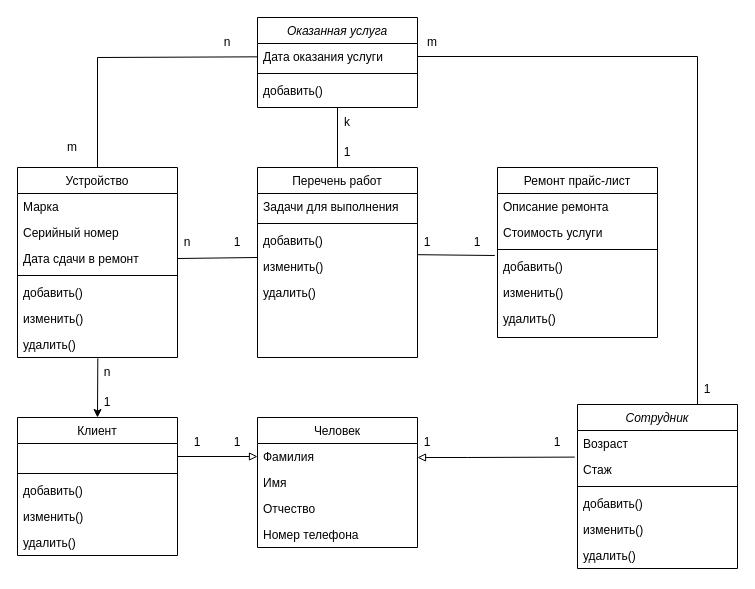
This is lb3.drawio from plkkz/ppo-3k-lb, a draw.io file, before an edit. Source tidied: cells renumbered, new cells numbered last; positions are measured from the earlier drawing's top-left corner, leaving out a move shared by most shapes. Both pictures are drawn from the tidied source at 100%, with x=0, y=0 at pixel (17, 17).
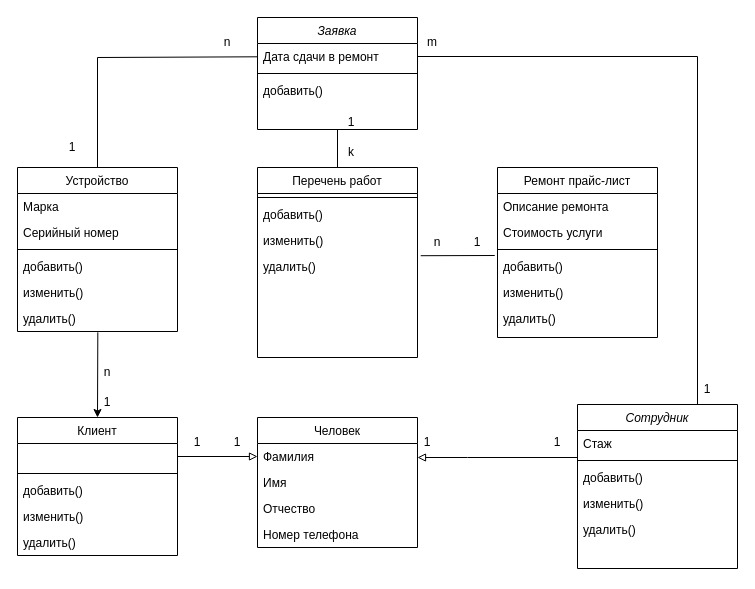
The same diagram, later.

The change refers to these unchanged cells:
```xml
<mxCell id="2" value="Сотрудник" style="swimlane;fontStyle=2;align=center;verticalAlign=top;horizontal=1;startSize=26;rounded=0;shadow=0;strokeWidth=1;" parent="1" vertex="1">
  <mxGeometry x="560" y="387" width="160" height="164" as="geometry" />
</mxCell>
<mxCell id="32" value="добавить()" style="text;align=left;verticalAlign=top;spacingLeft=4;spacingRight=4;overflow=hidden;points=[[0,0.5],[1,0.5]];portConstraint=eastwest;" parent="28" vertex="1">
  <mxGeometry y="86" width="160" height="26" as="geometry" />
</mxCell>
<mxCell id="49" value="1" style="text;html=1;strokeColor=none;fillColor=none;align=center;verticalAlign=middle;whiteSpace=wrap;rounded=0;" parent="1" vertex="1">
  <mxGeometry x="520" y="410" width="40" height="30" as="geometry" />
</mxCell>
<mxCell id="55" value="Перечень работ" style="swimlane;fontStyle=0;align=center;verticalAlign=top;horizontal=1;startSize=26;rounded=0;shadow=0;strokeWidth=1;" parent="1" vertex="1">
  <mxGeometry x="240" y="150" width="160" height="190" as="geometry" />
</mxCell>
```

The edit, as a diff of the source:
```diff
@@
-    <mxCell id="3" value="Возраст" style="text;align=left;verticalAlign=top;spacingLeft=4;spacingRight=4;overflow=hidden;rounded=0;shadow=0;html=0;" parent="2" vertex="1">
-      <mxGeometry y="26" width="160" height="26" as="geometry" />
-    </mxCell>
     <mxCell id="4" value="Стаж" style="text;align=left;verticalAlign=top;spacingLeft=4;spacingRight=4;overflow=hidden;points=[[0,0.5],[1,0.5]];portConstraint=eastwest;rounded=0;shadow=0;html=0;" parent="2" vertex="1">
-      <mxGeometry y="52" width="160" height="26" as="geometry" />
+      <mxGeometry y="26" width="160" height="26" as="geometry" />
     </mxCell>
     <mxCell id="5" style="line;html=1;strokeWidth=1;align=left;verticalAlign=middle;spacingTop=-1;spacingLeft=3;spacingRight=3;labelPosition=right;" parent="2" vertex="1">
-      <mxGeometry y="78" width="160" height="8" as="geometry" />
+      <mxGeometry y="52" width="160" height="8" as="geometry" />
     </mxCell>
     <mxCell id="6" value="добавить()&#10;" style="text;align=left;verticalAlign=top;spacingLeft=4;spacingRight=4;overflow=hidden;" parent="2" vertex="1">
-      <mxGeometry y="86" width="160" height="26" as="geometry" />
+      <mxGeometry y="60" width="160" height="26" as="geometry" />
     </mxCell>
     <mxCell id="7" value="изменить()" style="text;align=left;verticalAlign=top;spacingLeft=4;spacingRight=4;overflow=hidden;" parent="2" vertex="1">
-      <mxGeometry y="112" width="160" height="26" as="geometry" />
+      <mxGeometry y="86" width="160" height="26" as="geometry" />
     </mxCell>
     <mxCell id="8" value="удалить()" style="text;align=left;verticalAlign=top;spacingLeft=4;spacingRight=4;overflow=hidden;" parent="2" vertex="1">
-      <mxGeometry y="138" width="160" height="26" as="geometry" />
+      <mxGeometry y="112" width="160" height="26" as="geometry" />
     </mxCell>
@@
     <mxCell id="20" value="Устройство" style="swimlane;fontStyle=0;align=center;verticalAlign=top;horizontal=1;startSize=26;rounded=0;shadow=0;strokeWidth=1;" parent="1" vertex="1">
-      <mxGeometry y="150" width="160" height="190" as="geometry" />
+      <mxGeometry y="150" width="160" height="164" as="geometry" />
     </mxCell>
@@
-    <mxCell id="23" value="Дата сдачи в ремонт" style="text;align=left;verticalAlign=top;spacingLeft=4;spacingRight=4;overflow=hidden;points=[[0,0.5],[1,0.5]];portConstraint=eastwest;rounded=0;shadow=0;html=0;" parent="20" vertex="1">
-      <mxGeometry y="78" width="160" height="26" as="geometry" />
-    </mxCell>
     <mxCell id="24" style="line;html=1;strokeWidth=1;align=left;verticalAlign=middle;spacingTop=-1;spacingLeft=3;spacingRight=3;labelPosition=right;" parent="20" vertex="1">
-      <mxGeometry y="104" width="160" height="8" as="geometry" />
+      <mxGeometry y="78" width="160" height="8" as="geometry" />
     </mxCell>
     <mxCell id="25" value="добавить()" style="text;align=left;verticalAlign=top;spacingLeft=4;spacingRight=4;overflow=hidden;" parent="20" vertex="1">
-      <mxGeometry y="112" width="160" height="26" as="geometry" />
+      <mxGeometry y="86" width="160" height="26" as="geometry" />
     </mxCell>
     <mxCell id="26" value="изменить()" style="text;align=left;verticalAlign=top;spacingLeft=4;spacingRight=4;overflow=hidden;" parent="20" vertex="1">
-      <mxGeometry y="138" width="160" height="26" as="geometry" />
+      <mxGeometry y="112" width="160" height="26" as="geometry" />
     </mxCell>
     <mxCell id="27" value="удалить()" style="text;align=left;verticalAlign=top;spacingLeft=4;spacingRight=4;overflow=hidden;points=[[0,0.5],[1,0.5]];portConstraint=eastwest;" parent="20" vertex="1">
-      <mxGeometry y="164" width="160" height="26" as="geometry" />
+      <mxGeometry y="138" width="160" height="26" as="geometry" />
     </mxCell>
@@
-    <mxCell id="35" value="Оказанная услуга" style="swimlane;fontStyle=2;align=center;verticalAlign=top;horizontal=1;startSize=26;rounded=0;shadow=0;strokeWidth=1;" parent="1" vertex="1">
-      <mxGeometry x="240" width="160" height="90" as="geometry" />
+    <mxCell id="35" value="Заявка" style="swimlane;fontStyle=2;align=center;verticalAlign=top;horizontal=1;startSize=26;rounded=0;shadow=0;strokeWidth=1;" parent="1" vertex="1">
+      <mxGeometry x="240" width="160" height="112" as="geometry" />
     </mxCell>
-    <mxCell id="36" value="Дата оказания услуги" style="text;align=left;verticalAlign=top;spacingLeft=4;spacingRight=4;overflow=hidden;points=[[0,0.5],[1,0.5]];portConstraint=eastwest;rounded=0;shadow=0;html=0;" parent="35" vertex="1">
-      <mxGeometry y="26" width="160" height="26" as="geometry" />
-    </mxCell>
+    <mxCell id="23" value="Дата сдачи в ремонт" style="text;align=left;verticalAlign=top;spacingLeft=4;spacingRight=4;overflow=hidden;points=[[0,0.5],[1,0.5]];portConstraint=eastwest;rounded=0;shadow=0;html=0;" parent="35" vertex="1">
+      <mxGeometry y="26" width="160" height="26" as="geometry" />
+    </mxCell>
@@
-    <mxCell id="39" style="endArrow=none;html=1;rounded=0;entryX=0.5;entryY=0;entryDx=0;entryDy=0;" parent="1" edge="1" source="36" target="20">
+    <mxCell id="39" style="endArrow=none;html=1;rounded=0;entryX=0.5;entryY=0;entryDx=0;entryDy=0;" parent="1" edge="1" target="20">
       <mxGeometry relative="1" as="geometry">
+        <mxPoint x="240" y="39.3" as="sourcePoint" />
         <Array as="points">
           <mxPoint x="80" y="40" />
         </Array>
       </mxGeometry>
     </mxCell>
@@
     <mxCell id="42" value="k" style="text;html=1;strokeColor=none;fillColor=none;align=center;verticalAlign=middle;whiteSpace=wrap;rounded=0;" parent="1" vertex="1">
-      <mxGeometry x="300" y="90" width="60" height="30" as="geometry" />
+      <mxGeometry x="304" y="120" width="60" height="30" as="geometry" />
     </mxCell>
-    <mxCell id="43" value="m" style="text;html=1;strokeColor=none;fillColor=none;align=center;verticalAlign=middle;whiteSpace=wrap;rounded=0;" parent="1" vertex="1">
+    <mxCell id="43" value="1" style="text;html=1;strokeColor=none;fillColor=none;align=center;verticalAlign=middle;whiteSpace=wrap;rounded=0;" parent="1" vertex="1">
       <mxGeometry x="40" y="120" width="30" height="20" as="geometry" />
     </mxCell>
@@
-    <mxCell id="45" value="1" style="text;html=1;strokeColor=none;fillColor=none;align=center;verticalAlign=middle;whiteSpace=wrap;rounded=0;" parent="1" vertex="1">
-      <mxGeometry x="200" y="210" width="40" height="30" as="geometry" />
-    </mxCell>
     <mxCell id="46" value="1" style="text;html=1;strokeColor=none;fillColor=none;align=center;verticalAlign=middle;whiteSpace=wrap;rounded=0;" parent="1" vertex="1">
-      <mxGeometry x="310" y="120" width="40" height="30" as="geometry" />
+      <mxGeometry x="314" y="90" width="40" height="30" as="geometry" />
     </mxCell>
@@
-    <mxCell id="53" style="edgeStyle=none;jettySize=auto;html=1;rounded=0;endArrow=block;endFill=0;exitX=-0.017;exitY=0.023;exitDx=0;exitDy=0;entryX=1;entryY=0.5;entryDx=0;entryDy=0;exitPerimeter=0;" parent="1" edge="1" source="4">
+    <mxCell id="53" style="edgeStyle=none;jettySize=auto;html=1;rounded=0;endArrow=block;endFill=0;exitX=1;exitY=1;exitDx=0;exitDy=0;entryX=1;entryY=0.5;entryDx=0;entryDy=0;" parent="1" edge="1" source="49">
       <mxGeometry relative="1" as="geometry">
         <mxPoint x="400" y="440" as="targetPoint" />
         <Array as="points">
           <mxPoint x="450" y="440" />
         </Array>
       </mxGeometry>
     </mxCell>
@@
-    <mxCell id="56" value="Задачи для выполнения" style="text;align=left;verticalAlign=top;spacingLeft=4;spacingRight=4;overflow=hidden;rounded=0;shadow=0;html=0;" parent="55" vertex="1">
-      <mxGeometry y="26" width="160" height="26" as="geometry" />
-    </mxCell>
     <mxCell id="57" style="line;html=1;strokeWidth=1;align=left;verticalAlign=middle;spacingTop=-1;spacingLeft=3;spacingRight=3;labelPosition=right;" parent="55" vertex="1">
-      <mxGeometry y="52" width="160" height="8" as="geometry" />
+      <mxGeometry y="26" width="160" height="8" as="geometry" />
     </mxCell>
     <mxCell id="58" value="добавить()" style="text;align=left;verticalAlign=top;spacingLeft=4;spacingRight=4;overflow=hidden;points=[[0,0.5],[1,0.5]];portConstraint=eastwest;" parent="55" vertex="1">
-      <mxGeometry y="60" width="160" height="26" as="geometry" />
+      <mxGeometry y="34" width="160" height="26" as="geometry" />
     </mxCell>
     <mxCell id="59" value="изменить()" style="text;align=left;verticalAlign=top;spacingLeft=4;spacingRight=4;overflow=hidden;points=[[0,0.5],[1,0.5]];portConstraint=eastwest;" parent="55" vertex="1">
-      <mxGeometry y="86" width="160" height="26" as="geometry" />
+      <mxGeometry y="60" width="160" height="26" as="geometry" />
     </mxCell>
     <mxCell id="60" value="удалить()" style="text;align=left;verticalAlign=top;spacingLeft=4;spacingRight=4;overflow=hidden;" parent="55" vertex="1">
-      <mxGeometry y="112" width="160" height="26" as="geometry" />
+      <mxGeometry y="86" width="160" height="26" as="geometry" />
     </mxCell>
@@
-    <mxCell id="62" style="endArrow=none;html=1;rounded=0;exitX=1;exitY=0.5;exitDx=0;exitDy=0;" parent="1" edge="1" source="23">
-      <mxGeometry relative="1" as="geometry">
-        <mxPoint x="240" y="240" as="targetPoint" />
-      </mxGeometry>
-    </mxCell>
-    <mxCell id="63" value="n" style="text;html=1;strokeColor=none;fillColor=none;align=center;verticalAlign=middle;whiteSpace=wrap;rounded=0;" parent="1" vertex="1">
-      <mxGeometry x="140" y="210" width="60" height="30" as="geometry" />
-    </mxCell>
-    <mxCell id="64" style="endArrow=none;html=1;rounded=0;exitX=1.003;exitY=1.046;exitDx=0;exitDy=0;entryX=-0.017;entryY=0.077;entryDx=0;entryDy=0;exitPerimeter=0;entryPerimeter=0;" parent="1" edge="1" source="58" target="32">
+    <mxCell id="64" style="endArrow=none;html=1;rounded=0;exitX=1.02;exitY=1.085;exitDx=0;exitDy=0;entryX=-0.017;entryY=0.077;entryDx=0;entryDy=0;exitPerimeter=0;entryPerimeter=0;" parent="1" edge="1" source="59" target="32">
       <mxGeometry relative="1" as="geometry" />
     </mxCell>
-    <mxCell id="65" value="1" style="text;html=1;strokeColor=none;fillColor=none;align=center;verticalAlign=middle;whiteSpace=wrap;rounded=0;" parent="1" vertex="1">
-      <mxGeometry x="390" y="210" width="40" height="30" as="geometry" />
-    </mxCell>
-    <mxCell id="66" style="endArrow=none;html=1;rounded=0;exitX=1;exitY=0.5;exitDx=0;exitDy=0;entryX=0.75;entryY=0;entryDx=0;entryDy=0;" parent="1" edge="1" source="36" target="2">
+    <mxCell id="66" style="endArrow=none;html=1;rounded=0;exitX=1;exitY=0.5;exitDx=0;exitDy=0;entryX=0.75;entryY=0;entryDx=0;entryDy=0;" parent="1" edge="1" target="2">
       <mxGeometry relative="1" as="geometry">
+        <mxPoint x="400" y="39" as="sourcePoint" />
         <Array as="points">
           <mxPoint x="680" y="39" />
         </Array>
       </mxGeometry>
     </mxCell>
@@
+    <mxCell id="63" value="n" style="text;html=1;strokeColor=none;fillColor=none;align=center;verticalAlign=middle;whiteSpace=wrap;rounded=0;" parent="1" vertex="1">
+      <mxGeometry x="390" y="210" width="60" height="30" as="geometry" />
+    </mxCell>
```
